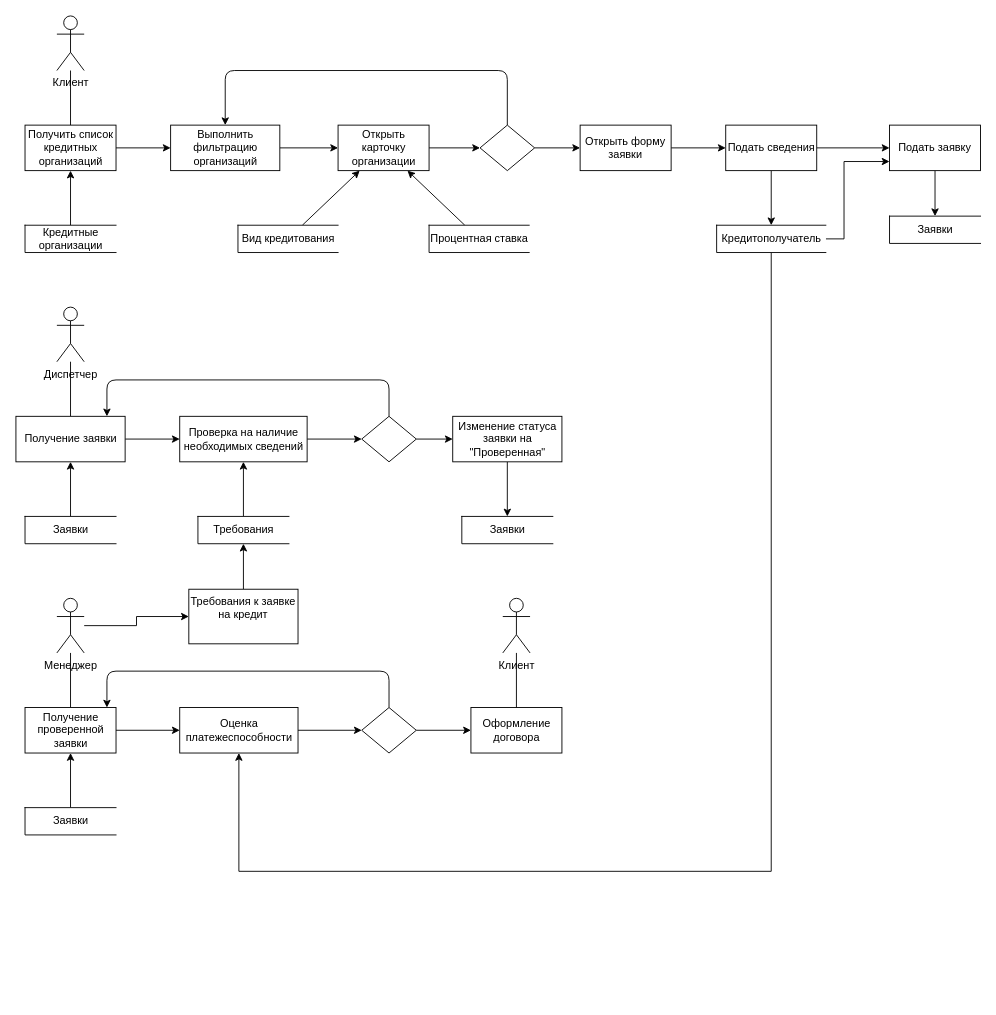
The draw.io diagram Diagrams/Data Flow.drawio in sothug/Loan-applications, before the edit. Source tidied: cells renumbered, new cells numbered last; positions are measured from the earlier drawing's top-left corner, leaving out a move shared by most shapes. Both pictures are drawn from the tidied source at 91%, with x=0, y=0 at pixel (15, 15).
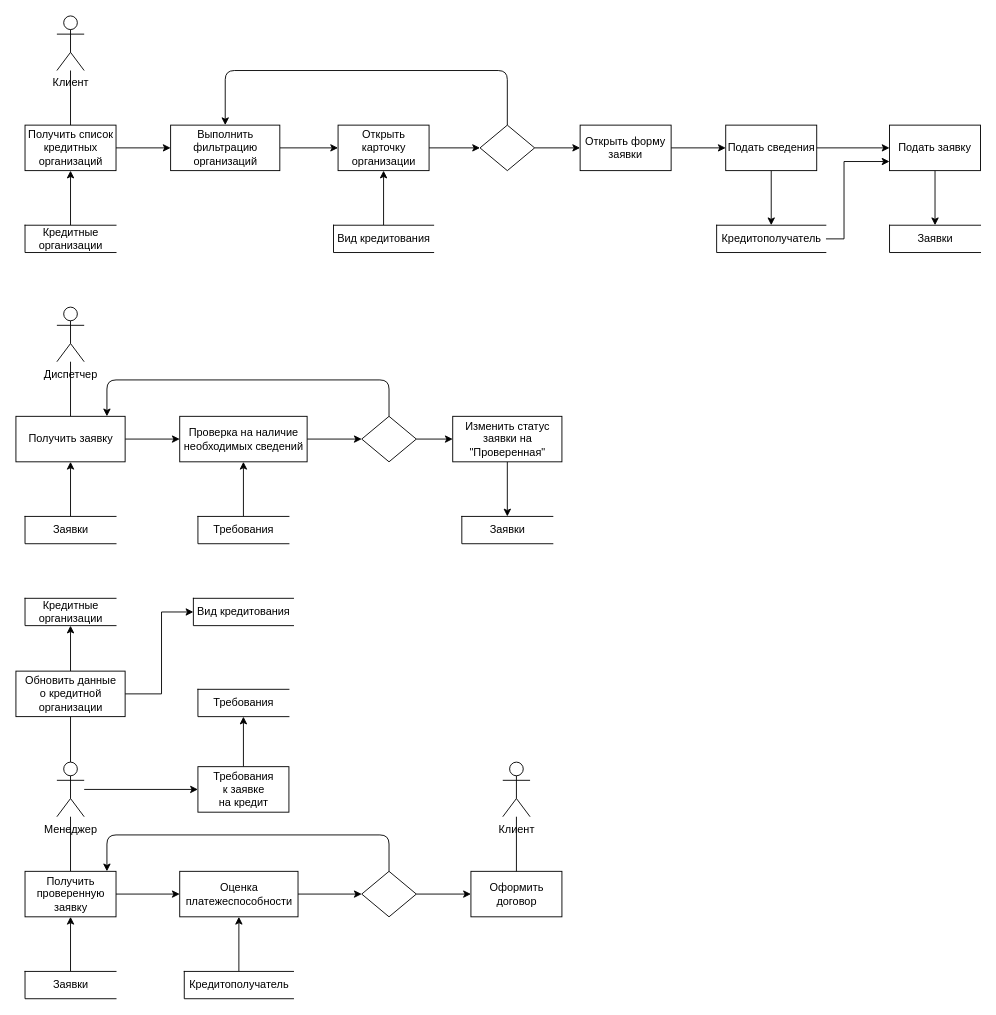
The same page after the edit.

The change refers to these unchanged cells:
```xml
<mxCell id="11" value="Открыть&lt;br&gt;карточку&lt;br&gt;организации" style="html=1;dashed=0;whitespace=wrap;" parent="1" vertex="1">
  <mxGeometry x="354" y="120" width="100" height="50" as="geometry" />
</mxCell>
<mxCell id="58" value="Кредитополучатель" style="html=1;dashed=0;whitespace=wrap;shape=partialRectangle;right=0;" parent="1" vertex="1">
  <mxGeometry x="770" y="230" width="120" height="30" as="geometry" />
</mxCell>
<mxCell id="60" value="Требования" style="html=1;dashed=0;whitespace=wrap;shape=partialRectangle;right=0;" parent="1" vertex="1">
  <mxGeometry x="200" y="550" width="100" height="30" as="geometry" />
</mxCell>
```

Diff of the diagram source:
```diff
@@
-    <mxCell id="12" style="rounded=0;jettySize=auto;html=1;endArrow=classic;endFill=1;" parent="1" edge="1" source="13" target="11">
+    <mxCell id="12" style="rounded=0;jettySize=auto;html=1;endArrow=classic;endFill=1;edgeStyle=orthogonalEdgeStyle;" parent="1" edge="1" source="13" target="11">
       <mxGeometry relative="1" as="geometry" />
     </mxCell>
     <mxCell id="13" value="Вид кредитования" style="html=1;dashed=0;whitespace=wrap;shape=partialRectangle;right=0;" parent="1" vertex="1">
-      <mxGeometry x="244" y="230" width="110" height="30" as="geometry" />
+      <mxGeometry x="349" y="230" width="110" height="30" as="geometry" />
     </mxCell>
-    <mxCell id="14" style="edgeStyle=none;rounded=0;jettySize=auto;html=1;endArrow=classic;endFill=1;" parent="1" edge="1" source="15" target="11">
-      <mxGeometry relative="1" as="geometry" />
-    </mxCell>
-    <mxCell id="15" value="Процентная ставка" style="html=1;dashed=0;whitespace=wrap;shape=partialRectangle;right=0;" parent="1" vertex="1">
-      <mxGeometry x="454" y="230" width="110" height="30" as="geometry" />
-    </mxCell>
@@
     <mxCell id="28" value="Заявки" style="html=1;dashed=0;whitespace=wrap;shape=partialRectangle;right=0;" parent="1" vertex="1">
-      <mxGeometry x="960" y="220" width="100" height="30" as="geometry" />
+      <mxGeometry x="960" y="230" width="100" height="30" as="geometry" />
     </mxCell>
@@
-    <mxCell id="30" value="Получение заявки" style="html=1;dashed=0;whitespace=wrap;" parent="1" vertex="1">
+    <mxCell id="30" value="Получить заявку" style="html=1;dashed=0;whitespace=wrap;" parent="1" vertex="1">
       <mxGeometry y="440" width="120" height="50" as="geometry" />
     </mxCell>
@@
-    <mxCell id="39" value="Изменение статуса&lt;br&gt;заявки на&lt;br&gt;&quot;Проверенная&quot;" style="html=1;dashed=0;whitespace=wrap;" parent="1" vertex="1">
+    <mxCell id="39" value="Изменить статус&lt;br&gt;заявки на&lt;br&gt;&quot;Проверенная&quot;" style="html=1;dashed=0;whitespace=wrap;" parent="1" vertex="1">
       <mxGeometry x="480" y="440" width="120" height="50" as="geometry" />
     </mxCell>
@@
+    <mxCell id="63" style="edgeStyle=orthogonalEdgeStyle;rounded=0;jettySize=auto;html=1;endArrow=none;endFill=0;" parent="1" edge="1" source="43" target="69">
+      <mxGeometry relative="1" as="geometry" />
+    </mxCell>
     <mxCell id="43" value="Менеджер" style="shape=umlActor;verticalLabelPosition=bottom;verticalAlign=top;html=1;outlineConnect=0;" parent="1" vertex="1">
-      <mxGeometry x="45" y="640" width="30" height="60" as="geometry" />
+      <mxGeometry x="45" y="820" width="30" height="60" as="geometry" />
     </mxCell>
@@
-    <mxCell id="45" value="Получение&lt;br&gt;проверенной&lt;br&gt;заявки" style="html=1;dashed=0;whitespace=wrap;" parent="1" vertex="1">
-      <mxGeometry x="10" y="760" width="100" height="50" as="geometry" />
+    <mxCell id="45" value="Получить&lt;br&gt;проверенную&lt;br&gt;заявку" style="html=1;dashed=0;whitespace=wrap;" parent="1" vertex="1">
+      <mxGeometry x="10" y="940" width="100" height="50" as="geometry" />
     </mxCell>
@@
     <mxCell id="47" value="Заявки" style="html=1;dashed=0;whitespace=wrap;shape=partialRectangle;right=0;" parent="1" vertex="1">
-      <mxGeometry x="10" y="870" width="100" height="30" as="geometry" />
+      <mxGeometry x="10" y="1050" width="100" height="30" as="geometry" />
     </mxCell>
@@
     <mxCell id="49" value="Оценка&lt;br&gt;платежеспособности" style="html=1;dashed=0;whitespace=wrap;" parent="1" vertex="1">
-      <mxGeometry x="180" y="760" width="130" height="50" as="geometry" />
+      <mxGeometry x="180" y="940" width="130" height="50" as="geometry" />
     </mxCell>
     <mxCell id="50" style="edgeStyle=orthogonalEdgeStyle;rounded=1;jettySize=auto;html=1;endArrow=classic;endFill=1;" parent="1" edge="1" source="52" target="45">
       <mxGeometry relative="1" as="geometry">
         <Array as="points">
-          <mxPoint x="410" y="720" />
-          <mxPoint x="100" y="720" />
+          <mxPoint x="410" y="900" />
+          <mxPoint x="100" y="900" />
         </Array>
       </mxGeometry>
     </mxCell>
@@
     <mxCell id="52" style="shape=rhombus;html=1;dashed=0;whitespace=wrap;perimeter=rhombusPerimeter;" parent="1" vertex="1">
-      <mxGeometry x="380" y="760" width="60" height="50" as="geometry" />
+      <mxGeometry x="380" y="940" width="60" height="50" as="geometry" />
     </mxCell>
-    <mxCell id="53" value="Оформление&lt;br&gt;договора" style="html=1;dashed=0;whitespace=wrap;" parent="1" vertex="1">
-      <mxGeometry x="500" y="760" width="100" height="50" as="geometry" />
+    <mxCell id="53" value="Оформить&lt;br&gt;договор" style="html=1;dashed=0;whitespace=wrap;" parent="1" vertex="1">
+      <mxGeometry x="500" y="940" width="100" height="50" as="geometry" />
     </mxCell>
@@
     <mxCell id="55" value="Клиент" style="shape=umlActor;verticalLabelPosition=bottom;verticalAlign=top;html=1;outlineConnect=0;" parent="1" vertex="1">
-      <mxGeometry x="535" y="640" width="30" height="60" as="geometry" />
+      <mxGeometry x="535" y="820" width="30" height="60" as="geometry" />
     </mxCell>
@@
-    <mxCell id="57" style="edgeStyle=orthogonalEdgeStyle;rounded=0;jettySize=auto;html=1;" parent="1" edge="1" source="58" target="49">
-      <mxGeometry relative="1" as="geometry">
-        <Array as="points">
-          <mxPoint x="830" y="940" />
-          <mxPoint x="245" y="940" />
-        </Array>
-      </mxGeometry>
-    </mxCell>
@@
-    <mxCell id="61" style="edgeStyle=orthogonalEdgeStyle;rounded=0;jettySize=auto;html=1;entryX=0.5;entryY=1;entryDx=0;entryDy=0;" parent="1" edge="1" source="62" target="60">
-      <mxGeometry relative="1" as="geometry" />
-    </mxCell>
+    <mxCell id="64" style="edgeStyle=orthogonalEdgeStyle;rounded=0;jettySize=auto;html=1;" parent="1" edge="1" source="65" target="49">
+      <mxGeometry relative="1" as="geometry" />
+    </mxCell>
+    <mxCell id="65" value="Кредитополучатель" style="html=1;dashed=0;whitespace=wrap;shape=partialRectangle;right=0;" parent="1" vertex="1">
+      <mxGeometry x="185" y="1050" width="120" height="30" as="geometry" />
+    </mxCell>
+    <mxCell id="66" style="edgeStyle=orthogonalEdgeStyle;rounded=0;jettySize=auto;html=1;endArrow=classic;endFill=1;" parent="1" edge="1" source="62" target="71">
+      <mxGeometry relative="1" as="geometry" />
+    </mxCell>
-    <mxCell id="62" value="Требования к заявке на кредит" style="whiteSpace=wrap;html=1;verticalAlign=top;" parent="1" vertex="1">
-      <mxGeometry x="190" y="630" width="120" height="60" as="geometry" />
+    <mxCell id="62" value="&lt;span&gt;Требования&lt;br&gt;к заявке&lt;br&gt;на кредит&lt;/span&gt;" style="html=1;dashed=0;whitespace=wrap;" parent="1" vertex="1">
+      <mxGeometry x="200" y="825" width="100" height="50" as="geometry" />
     </mxCell>
+    <mxCell id="67" style="edgeStyle=orthogonalEdgeStyle;rounded=0;jettySize=auto;html=1;endArrow=classic;endFill=1;" parent="1" edge="1" source="69" target="70">
+      <mxGeometry relative="1" as="geometry" />
+    </mxCell>
+    <mxCell id="68" style="edgeStyle=orthogonalEdgeStyle;rounded=0;jettySize=auto;html=1;endArrow=classic;endFill=1;" parent="1" edge="1" source="69" target="72">
+      <mxGeometry relative="1" as="geometry">
+        <Array as="points">
+          <mxPoint x="160" y="745" />
+          <mxPoint x="160" y="655" />
+        </Array>
+      </mxGeometry>
+    </mxCell>
+    <mxCell id="69" value="Обновить данные&lt;br&gt;о кредитной&lt;br&gt;организации" style="html=1;dashed=0;whitespace=wrap;" parent="1" vertex="1">
+      <mxGeometry y="720" width="120" height="50" as="geometry" />
+    </mxCell>
+    <mxCell id="70" value="Кредитные&lt;br&gt;организации" style="html=1;dashed=0;whitespace=wrap;shape=partialRectangle;right=0;" parent="1" vertex="1">
+      <mxGeometry x="10" y="640" width="100" height="30" as="geometry" />
+    </mxCell>
+    <mxCell id="71" value="Требования" style="html=1;dashed=0;whitespace=wrap;shape=partialRectangle;right=0;" parent="1" vertex="1">
+      <mxGeometry x="200" y="740" width="100" height="30" as="geometry" />
+    </mxCell>
+    <mxCell id="72" value="Вид кредитования" style="html=1;dashed=0;whitespace=wrap;shape=partialRectangle;right=0;" parent="1" vertex="1">
+      <mxGeometry x="195" y="640" width="110" height="30" as="geometry" />
+    </mxCell>
```
